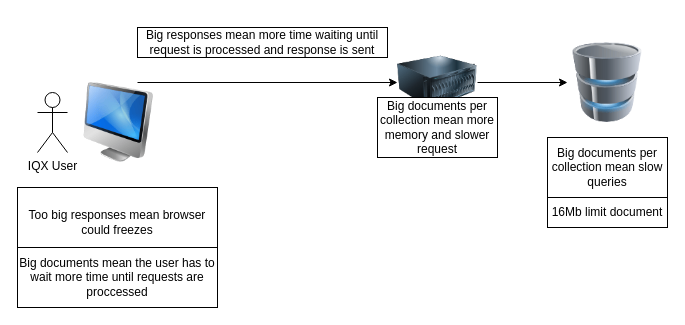
Earlier version of the draw.io diagram Untitled Diagram.drawio (avilches/pfcuoc). Source tidied: cells renumbered, new cells numbered last; positions are measured from the earlier drawing's top-left corner, leaving out a move shared by most shapes. Both pictures are drawn from the tidied source at 100%, with x=0, y=0 at pixel (17, 27).
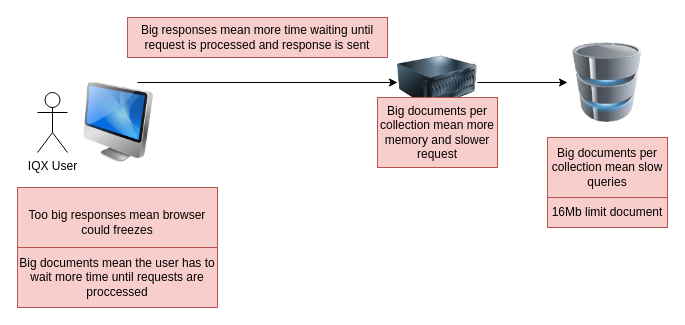
The same page after the edit.

What changed in the source:
```diff
@@
 <mxGraphModel>
   <root>
     <mxCell id="0" />
     <mxCell id="1" parent="0" />
     <mxCell id="2" value="IQX User" style="shape=umlActor;verticalLabelPosition=bottom;verticalAlign=top;html=1;fillColor=default;strokeColor=default;fontColor=default;" parent="1" vertex="1">
       <mxGeometry x="20" y="65" width="30" height="60" as="geometry" />
     </mxCell>
     <mxCell id="3" style="image;html=1;image=img/lib/clip_art/computers/iMac_128x128.png;labelBackgroundColor=default;fontColor=default;strokeColor=default;fillColor=default;direction=east;flipH=1;" parent="1" vertex="1">
       <mxGeometry x="60" y="55" width="80" height="80" as="geometry" />
     </mxCell>
     <mxCell id="4" style="image;html=1;image=img/lib/clip_art/computers/Database_128x128.png;labelBackgroundColor=default;fontColor=default;strokeColor=default;fillColor=default;" parent="1" vertex="1">
       <mxGeometry x="550" y="15" width="80" height="80" as="geometry" />
     </mxCell>
     <mxCell id="5" style="image;html=1;image=img/lib/clip_art/computers/Server_128x128.png;labelBackgroundColor=default;fontColor=default;strokeColor=default;fillColor=default;" parent="1" vertex="1">
       <mxGeometry x="380" y="15" width="80" height="80" as="geometry" />
     </mxCell>
     <mxCell id="6" style="endArrow=classic;html=1;rounded=0;fontColor=default;exitX=0.75;exitY=0;exitDx=0;exitDy=0;strokeColor=default;labelBackgroundColor=default;entryX=0;entryY=0.5;entryDx=0;entryDy=0;" parent="1" edge="1" source="3" target="5">
       <mxGeometry relative="1" as="geometry" />
     </mxCell>
     <mxCell id="7" style="endArrow=classic;html=1;rounded=0;labelBackgroundColor=default;fontColor=default;strokeColor=default;exitX=1;exitY=0.5;exitDx=0;exitDy=0;" parent="1" edge="1" source="5" target="4">
       <mxGeometry relative="1" as="geometry" />
     </mxCell>
-    <mxCell id="8" value="Big documents per collection mean slow queries" style="rounded=0;whiteSpace=wrap;html=1;labelBackgroundColor=default;fontColor=default;strokeColor=default;fillColor=default;" parent="1" vertex="1">
+    <mxCell id="8" value="Big documents per collection mean slow queries" style="rounded=0;whiteSpace=wrap;html=1;labelBackgroundColor=none;strokeColor=#b85450;fillColor=#f8cecc;fontColor=default;" parent="1" vertex="1">
       <mxGeometry x="530" y="110" width="120" height="60" as="geometry" />
     </mxCell>
-    <mxCell id="9" value="Big documents per collection mean more memory and slower request" style="rounded=0;whiteSpace=wrap;html=1;labelBackgroundColor=default;fontColor=default;strokeColor=default;fillColor=default;" parent="1" vertex="1">
-      <mxGeometry x="360" y="70" width="120" height="60" as="geometry" />
+    <mxCell id="9" value="Big documents per collection mean more memory and slower request" style="rounded=0;whiteSpace=wrap;html=1;labelBackgroundColor=none;strokeColor=#b85450;fillColor=#f8cecc;fontColor=default;" parent="1" vertex="1">
+      <mxGeometry x="360" y="70" width="120" height="70" as="geometry" />
     </mxCell>
-    <mxCell id="10" value="Too big responses mean browser could freezes" style="rounded=0;whiteSpace=wrap;html=1;labelBackgroundColor=default;fontColor=default;strokeColor=default;fillColor=default;" parent="1" vertex="1">
+    <mxCell id="10" value="Too big responses mean browser could freezes" style="rounded=0;whiteSpace=wrap;html=1;labelBackgroundColor=none;strokeColor=#b85450;fillColor=#f8cecc;fontColor=default;" parent="1" vertex="1">
       <mxGeometry y="160" width="200" height="70" as="geometry" />
     </mxCell>
-    <mxCell id="11" value="Big responses mean more time waiting until request is processed and response is sent" style="rounded=0;whiteSpace=wrap;html=1;labelBackgroundColor=default;fontColor=default;strokeColor=default;fillColor=default;" parent="1" vertex="1">
-      <mxGeometry x="120" width="250" height="30" as="geometry" />
+    <mxCell id="11" value="Big responses mean more time waiting until request is processed and response is sent" style="rounded=0;whiteSpace=wrap;html=1;labelBackgroundColor=none;strokeColor=#b85450;fillColor=#f8cecc;fontColor=default;" parent="1" vertex="1">
+      <mxGeometry x="110" y="-10" width="260" height="40" as="geometry" />
     </mxCell>
-    <mxCell id="12" value="Big documents mean the user has to wait more time until requests are proccessed" style="rounded=0;whiteSpace=wrap;html=1;labelBackgroundColor=default;fontColor=default;strokeColor=default;fillColor=default;" parent="1" vertex="1">
+    <mxCell id="12" value="Big documents mean the user has to wait more time until requests are proccessed" style="rounded=0;whiteSpace=wrap;html=1;labelBackgroundColor=none;strokeColor=#b85450;fillColor=#f8cecc;fontColor=default;" parent="1" vertex="1">
       <mxGeometry y="220" width="200" height="60" as="geometry" />
     </mxCell>
-    <mxCell id="13" value="16Mb limit document" style="rounded=0;whiteSpace=wrap;html=1;labelBackgroundColor=default;fontColor=default;strokeColor=default;fillColor=default;" parent="1" vertex="1">
+    <mxCell id="13" value="16Mb limit document" style="rounded=0;whiteSpace=wrap;html=1;labelBackgroundColor=none;strokeColor=#b85450;fillColor=#f8cecc;fontColor=default;" parent="1" vertex="1">
       <mxGeometry x="530" y="170" width="120" height="30" as="geometry" />
     </mxCell>
   </root>
 </mxGraphModel>
```
